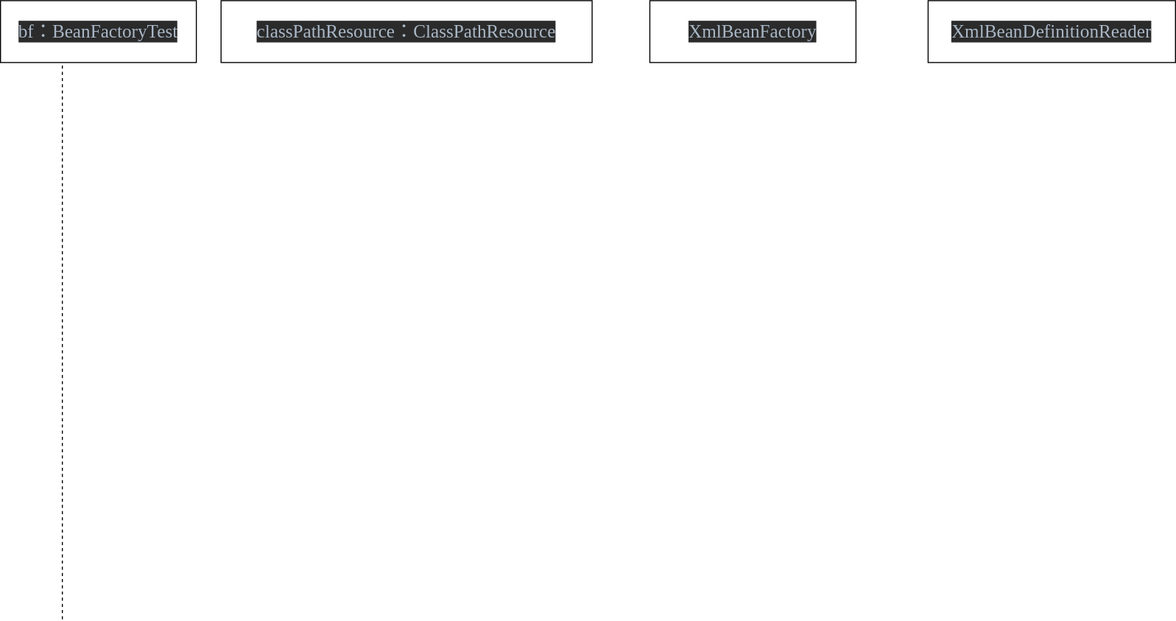
Above: xml bean.svg in water-law/draw.io (draw.io), before the change. Source tidied: cells renumbered, new cells last; positions are measured from the earlier drawing's top-left corner, leaving out a move shared by most shapes. Source of this version:
```xml
<mxGraphModel>
  <root>
    <mxCell id="0" />
    <mxCell id="1" parent="0" />
    <mxCell id="2" value="&lt;pre style=&quot;background-color: #2b2b2b ; color: #a9b7c6 ; font-family: &amp;#34;fira code&amp;#34; ; font-size: 13.5pt&quot;&gt;bf：BeanFactoryTest&lt;/pre&gt;" style="rounded=0;whiteSpace=wrap;html=1;" parent="1" vertex="1">
      <mxGeometry width="190" height="60" as="geometry" />
    </mxCell>
    <mxCell id="3" value="&lt;pre style=&quot;background-color: #2b2b2b ; color: #a9b7c6 ; font-family: &amp;#34;fira code&amp;#34; ; font-size: 13.5pt&quot;&gt;classPathResource：ClassPathResource&lt;/pre&gt;" style="rounded=0;whiteSpace=wrap;html=1;" parent="1" vertex="1">
      <mxGeometry x="214" width="360" height="60" as="geometry" />
    </mxCell>
    <mxCell id="4" value="&lt;pre style=&quot;background-color: #2b2b2b ; color: #a9b7c6 ; font-family: &amp;#34;fira code&amp;#34; ; font-size: 13.5pt&quot;&gt;XmlBeanFactory&lt;/pre&gt;" style="rounded=0;whiteSpace=wrap;html=1;" parent="1" vertex="1">
      <mxGeometry x="630" width="200" height="60" as="geometry" />
    </mxCell>
    <mxCell id="5" value="&lt;pre style=&quot;background-color: #2b2b2b ; color: #a9b7c6 ; font-family: &amp;#34;fira code&amp;#34; ; font-size: 13.5pt&quot;&gt;XmlBeanDefinitionReader&lt;/pre&gt;" style="rounded=0;whiteSpace=wrap;html=1;" parent="1" vertex="1">
      <mxGeometry x="900" width="240" height="60" as="geometry" />
    </mxCell>
    <mxCell id="6" style="endArrow=none;dashed=1;html=1;" parent="1" edge="1">
      <mxGeometry relative="1" as="geometry">
        <mxPoint x="60" y="600" as="sourcePoint" />
        <mxPoint x="60" y="60" as="targetPoint" />
      </mxGeometry>
    </mxCell>
  </root>
</mxGraphModel>
```
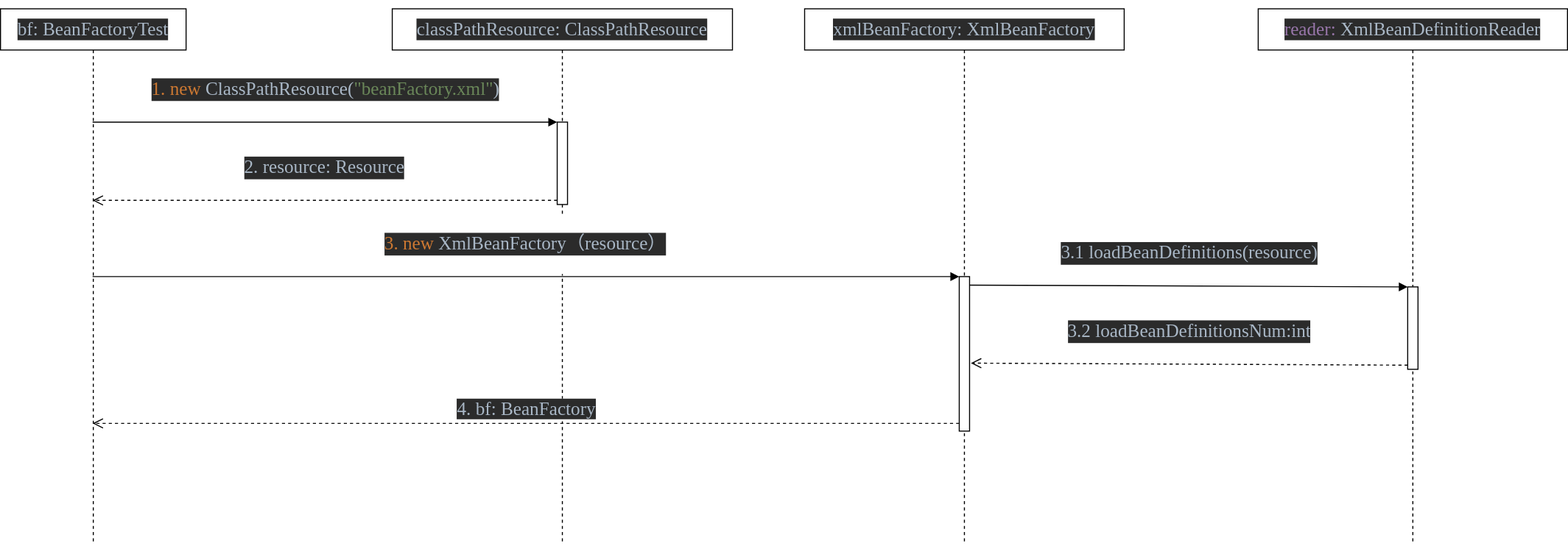
After the commit.

Change to the diagram source:
```diff
@@ -2,23 +2,44 @@
   <root>
     <mxCell id="0" />
     <mxCell id="1" parent="0" />
-    <mxCell id="2" value="&lt;pre style=&quot;background-color: #2b2b2b ; color: #a9b7c6 ; font-family: &amp;#34;fira code&amp;#34; ; font-size: 13.5pt&quot;&gt;bf：BeanFactoryTest&lt;/pre&gt;" style="rounded=0;whiteSpace=wrap;html=1;" parent="1" vertex="1">
-      <mxGeometry width="190" height="60" as="geometry" />
-    </mxCell>
-    <mxCell id="3" value="&lt;pre style=&quot;background-color: #2b2b2b ; color: #a9b7c6 ; font-family: &amp;#34;fira code&amp;#34; ; font-size: 13.5pt&quot;&gt;classPathResource：ClassPathResource&lt;/pre&gt;" style="rounded=0;whiteSpace=wrap;html=1;" parent="1" vertex="1">
-      <mxGeometry x="214" width="360" height="60" as="geometry" />
-    </mxCell>
-    <mxCell id="4" value="&lt;pre style=&quot;background-color: #2b2b2b ; color: #a9b7c6 ; font-family: &amp;#34;fira code&amp;#34; ; font-size: 13.5pt&quot;&gt;XmlBeanFactory&lt;/pre&gt;" style="rounded=0;whiteSpace=wrap;html=1;" parent="1" vertex="1">
-      <mxGeometry x="630" width="200" height="60" as="geometry" />
-    </mxCell>
-    <mxCell id="5" value="&lt;pre style=&quot;background-color: #2b2b2b ; color: #a9b7c6 ; font-family: &amp;#34;fira code&amp;#34; ; font-size: 13.5pt&quot;&gt;XmlBeanDefinitionReader&lt;/pre&gt;" style="rounded=0;whiteSpace=wrap;html=1;" parent="1" vertex="1">
-      <mxGeometry x="900" width="240" height="60" as="geometry" />
-    </mxCell>
-    <mxCell id="6" style="endArrow=none;dashed=1;html=1;" parent="1" edge="1">
-      <mxGeometry relative="1" as="geometry">
-        <mxPoint x="60" y="600" as="sourcePoint" />
-        <mxPoint x="60" y="60" as="targetPoint" />
-      </mxGeometry>
-    </mxCell>
+    <mxCell id="7" value="&lt;pre style=&quot;background-color: #2b2b2b ; color: #a9b7c6 ; font-family: &amp;#34;fira code&amp;#34; ; font-size: 13.5pt&quot;&gt;bf: BeanFactoryTest&lt;/pre&gt;" style="shape=umlLifeline;perimeter=lifelinePerimeter;whiteSpace=wrap;html=1;outlineConnect=0;fillColor=#FFFFFF;" parent="1" vertex="1">
+      <mxGeometry x="80" y="10" width="180" height="520" as="geometry" />
+    </mxCell>
+    <mxCell id="8" value="&lt;pre style=&quot;background-color: #2b2b2b ; color: #a9b7c6 ; font-family: &amp;#34;fira code&amp;#34; ; font-size: 13.5pt&quot;&gt;&lt;pre style=&quot;font-family: &amp;#34;fira code&amp;#34; ; font-size: 13.5pt&quot;&gt;&lt;span style=&quot;font-size: 13.5pt&quot;&gt;classPathResource: &lt;/span&gt;ClassPathResource&lt;/pre&gt;&lt;/pre&gt;" style="shape=umlLifeline;perimeter=lifelinePerimeter;whiteSpace=wrap;html=1;fillColor=#FFFFFF;" parent="1" vertex="1">
+      <mxGeometry x="460" y="10" width="330" height="520" as="geometry" />
+    </mxCell>
+    <mxCell id="9" style="html=1;points=[];perimeter=orthogonalPerimeter;fillColor=#FFFFFF;" parent="8" vertex="1">
+      <mxGeometry x="160" y="110" width="10" height="80" as="geometry" />
+    </mxCell>
+    <mxCell id="10" value="&lt;pre style=&quot;background-color: #2b2b2b ; color: #a9b7c6 ; font-family: &amp;#34;fira code&amp;#34; ; font-size: 13.5pt&quot;&gt;&lt;pre style=&quot;font-family: &amp;#34;fira code&amp;#34; ; font-size: 13.5pt&quot;&gt;&lt;span style=&quot;font-size: 13.5pt&quot;&gt;xmlBeanFactory: &lt;/span&gt;XmlBeanFactory&lt;/pre&gt;&lt;/pre&gt;" style="shape=umlLifeline;perimeter=lifelinePerimeter;whiteSpace=wrap;html=1;fillColor=#FFFFFF;" parent="1" vertex="1">
+      <mxGeometry x="860" y="10" width="310" height="520" as="geometry" />
+    </mxCell>
+    <mxCell id="11" style="html=1;points=[];perimeter=orthogonalPerimeter;fillColor=#FFFFFF;" parent="10" vertex="1">
+      <mxGeometry x="150" y="260" width="10" height="150" as="geometry" />
+    </mxCell>
+    <mxCell id="12" value="&lt;pre style=&quot;background-color: #2b2b2b ; color: #a9b7c6 ; font-family: &amp;#34;fira code&amp;#34; ; font-size: 13.5pt&quot;&gt;&lt;pre style=&quot;font-family: &amp;#34;fira code&amp;#34; ; font-size: 13.5pt&quot;&gt;&lt;span style=&quot;color: rgb(152 , 118 , 170) ; font-family: &amp;#34;fira code&amp;#34; ; font-size: 13.5pt&quot;&gt;reader: &lt;/span&gt;XmlBeanDefinitionReader&lt;/pre&gt;&lt;/pre&gt;" style="shape=umlLifeline;perimeter=lifelinePerimeter;whiteSpace=wrap;html=1;fillColor=#FFFFFF;" parent="1" vertex="1">
+      <mxGeometry x="1300" y="10" width="300" height="520" as="geometry" />
+    </mxCell>
+    <mxCell id="13" style="html=1;points=[];perimeter=orthogonalPerimeter;fillColor=#FFFFFF;" parent="12" vertex="1">
+      <mxGeometry x="145" y="270" width="10" height="80" as="geometry" />
+    </mxCell>
+    <mxCell id="14" value="&lt;pre style=&quot;background-color: #2b2b2b ; color: #a9b7c6 ; font-family: &amp;#34;fira code&amp;#34; ; font-size: 13.5pt&quot;&gt;&lt;span style=&quot;color: #cc7832&quot;&gt;1. new &lt;/span&gt;ClassPathResource(&lt;span style=&quot;color: #6a8759&quot;&gt;&quot;beanFactory.xml&quot;&lt;/span&gt;)&lt;/pre&gt;" style="html=1;verticalAlign=bottom;endArrow=block;entryX=0;entryY=0;" parent="1" edge="1" source="7" target="9">
+      <mxGeometry relative="1" as="geometry" />
+    </mxCell>
+    <mxCell id="15" value="&lt;pre style=&quot;background-color: #2b2b2b ; color: #a9b7c6 ; font-family: &amp;#34;fira code&amp;#34; ; font-size: 13.5pt&quot;&gt;&lt;span style=&quot;font-size: 13.5pt&quot;&gt;2. resource: &lt;/span&gt;Resource&lt;/pre&gt;" style="html=1;verticalAlign=bottom;endArrow=open;dashed=1;endSize=8;exitX=0;exitY=0.95;" parent="1" edge="1" source="9" target="7">
+      <mxGeometry relative="1" as="geometry" />
+    </mxCell>
+    <mxCell id="16" value="&lt;pre style=&quot;background-color: #2b2b2b ; color: #a9b7c6 ; font-family: &amp;#34;fira code&amp;#34; ; font-size: 13.5pt&quot;&gt;&lt;span style=&quot;color: #cc7832&quot;&gt;3. new &lt;/span&gt;XmlBeanFactory（resource）&lt;/pre&gt;" style="html=1;verticalAlign=bottom;endArrow=block;entryX=0;entryY=0;" parent="1" edge="1" source="7" target="11">
+      <mxGeometry relative="1" as="geometry" />
+    </mxCell>
+    <mxCell id="17" value="&lt;span style=&quot;background-color: rgb(43 , 43 , 43) ; color: rgb(169 , 183 , 198) ; font-family: &amp;#34;fira code&amp;#34; ; font-size: 13.5pt&quot;&gt;4. bf: BeanFactory&lt;/span&gt;" style="html=1;verticalAlign=bottom;endArrow=open;dashed=1;endSize=8;exitX=0;exitY=0.95;" parent="1" edge="1" source="11" target="7">
+      <mxGeometry relative="1" as="geometry" />
+    </mxCell>
+    <mxCell id="18" value="&lt;pre style=&quot;background-color: #2b2b2b ; color: #a9b7c6 ; font-family: &amp;#34;fira code&amp;#34; ; font-size: 13.5pt&quot;&gt;3.1 loadBeanDefinitions(resource)&lt;/pre&gt;" style="html=1;verticalAlign=bottom;endArrow=block;entryX=0;entryY=0;exitX=0.986;exitY=0.055;exitDx=0;exitDy=0;exitPerimeter=0;" parent="1" edge="1" source="11" target="13">
+      <mxGeometry relative="1" as="geometry" />
+    </mxCell>
+    <mxCell id="19" value="&lt;pre style=&quot;background-color: #2b2b2b ; color: #a9b7c6 ; font-family: &amp;#34;fira code&amp;#34; ; font-size: 13.5pt&quot;&gt;3.2 loadBeanDefinitionsNum:int&lt;/pre&gt;" style="html=1;verticalAlign=bottom;endArrow=open;dashed=1;endSize=8;exitX=0;exitY=0.95;entryX=1.129;entryY=0.56;entryDx=0;entryDy=0;entryPerimeter=0;" parent="1" edge="1" source="13" target="11">
+      <mxGeometry relative="1" as="geometry" />
+    </mxCell>
   </root>
 </mxGraphModel>
```
